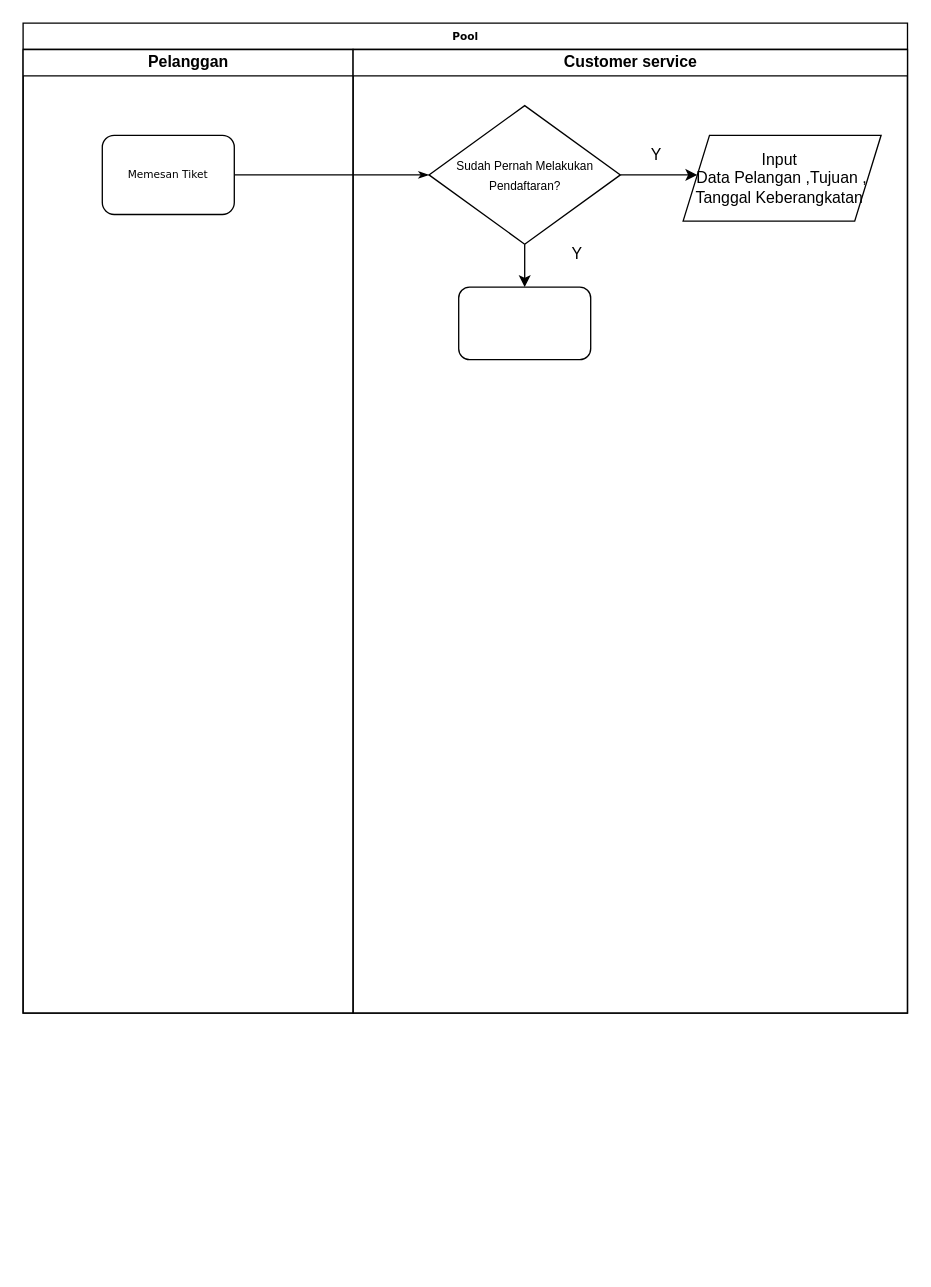
The draw.io diagram Untitled Diagram.drawio in faisalekasyahputra/faisalekasyahputra, before the edit. Source tidied: cells renumbered, new cells numbered last; positions are measured from the earlier drawing's top-left corner, leaving out a move shared by most shapes. Both pictures are drawn from the tidied source at 132%, with x=0, y=0 at pixel (22, 22).
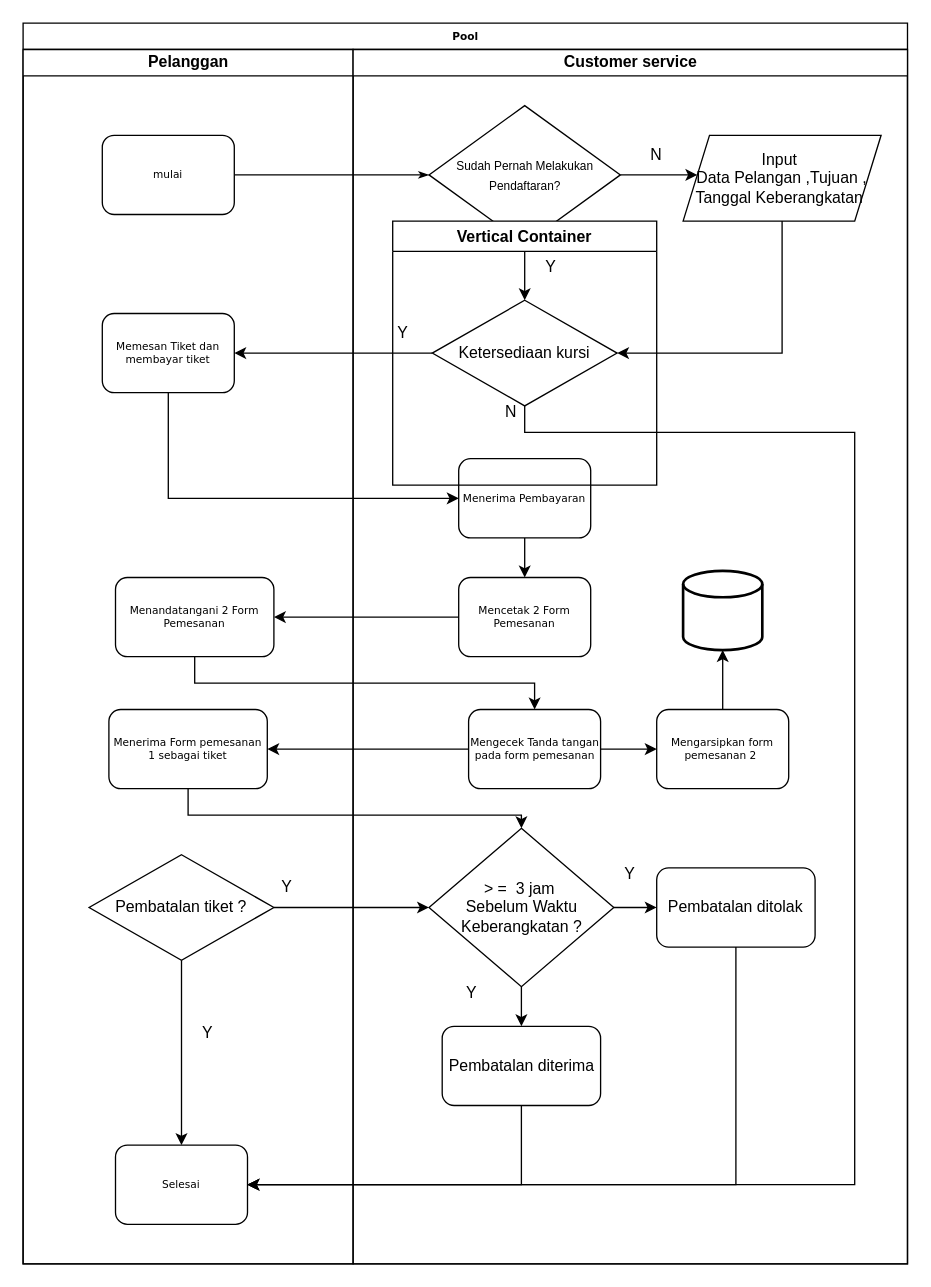
The same page after the edit.

The change refers to these unchanged cells:
```xml
<mxCell id="10" value="&lt;font style=&quot;font-size: 9px;&quot;&gt;Sudah Pernah Melakukan Pendaftaran?&lt;/font&gt;" style="rhombus;whiteSpace=wrap;html=1;" parent="6" vertex="1">
  <mxGeometry x="57.5" y="42.5" width="145" height="105" as="geometry" />
</mxCell>
<mxCell id="11" value="Input&amp;nbsp;&lt;div&gt;Data Pelangan ,Tujuan , Tanggal Keberangkatan&amp;nbsp;&lt;/div&gt;" style="shape=parallelogram;perimeter=parallelogramPerimeter;whiteSpace=wrap;html=1;fixedSize=1;" parent="6" vertex="1">
  <mxGeometry x="250" y="65" width="150" height="65" as="geometry" />
</mxCell>
```

What changed in the source:
```diff
@@
     <mxCell id="2" value="Pool" style="swimlane;html=1;startSize=20;rounded=0;shadow=0;labelBackgroundColor=none;strokeWidth=1;fontFamily=Verdana;fontSize=8;align=center;" parent="1" vertex="1">
-      <mxGeometry width="670" height="750" as="geometry" />
+      <mxGeometry width="670" height="940" as="geometry" />
     </mxCell>
@@
     <mxCell id="4" value="Pelanggan" style="swimlane;html=1;startSize=20;" parent="2" vertex="1">
-      <mxGeometry y="20" width="250" height="730" as="geometry" />
+      <mxGeometry y="20" width="250" height="920" as="geometry" />
     </mxCell>
-    <mxCell id="5" value="Memesan Tiket" style="rounded=1;whiteSpace=wrap;html=1;shadow=0;labelBackgroundColor=none;strokeWidth=1;fontFamily=Verdana;fontSize=8;align=center;" parent="4" vertex="1">
+    <mxCell id="5" value="mulai" style="rounded=1;whiteSpace=wrap;html=1;shadow=0;labelBackgroundColor=none;strokeWidth=1;fontFamily=Verdana;fontSize=8;align=center;" parent="4" vertex="1">
       <mxGeometry x="60" y="65" width="100" height="60" as="geometry" />
     </mxCell>
+    <mxCell id="14" value="Memesan Tiket dan membayar tiket" style="rounded=1;whiteSpace=wrap;html=1;shadow=0;labelBackgroundColor=none;strokeWidth=1;fontFamily=Verdana;fontSize=8;align=center;" parent="4" vertex="1">
+      <mxGeometry x="60" y="200" width="100" height="60" as="geometry" />
+    </mxCell>
+    <mxCell id="15" value="Menerima Form pemesanan 1 sebagai tiket" style="whiteSpace=wrap;html=1;fontSize=8;fontFamily=Verdana;rounded=1;shadow=0;labelBackgroundColor=none;strokeWidth=1;" parent="4" vertex="1">
+      <mxGeometry x="65" y="500" width="120" height="60" as="geometry" />
+    </mxCell>
+    <mxCell id="16" value="Selesai" style="rounded=1;whiteSpace=wrap;html=1;shadow=0;labelBackgroundColor=none;strokeWidth=1;fontFamily=Verdana;fontSize=8;align=center;" parent="4" vertex="1">
+      <mxGeometry x="70" y="830" width="100" height="60" as="geometry" />
+    </mxCell>
+    <mxCell id="17" value="Menandatangani 2 Form Pemesanan" style="whiteSpace=wrap;html=1;fontSize=8;fontFamily=Verdana;rounded=1;shadow=0;labelBackgroundColor=none;strokeWidth=1;" parent="4" vertex="1">
+      <mxGeometry x="70" y="400" width="120" height="60" as="geometry" />
+    </mxCell>
+    <mxCell id="18" value="Y" style="text;html=1;align=center;verticalAlign=middle;whiteSpace=wrap;rounded=0;" parent="4" vertex="1">
+      <mxGeometry x="170" y="620" width="60" height="30" as="geometry" />
+    </mxCell>
+    <mxCell id="19" value="Y" style="text;html=1;align=center;verticalAlign=middle;whiteSpace=wrap;rounded=0;" parent="4" vertex="1">
+      <mxGeometry x="110" y="730" width="60" height="30" as="geometry" />
+    </mxCell>
     <mxCell id="6" value="Customer service" style="swimlane;html=1;startSize=20;" parent="2" vertex="1">
-      <mxGeometry x="250" y="20" width="420" height="730" as="geometry" />
+      <mxGeometry x="250" y="20" width="420" height="920" as="geometry" />
     </mxCell>
-    <mxCell id="7" style="rounded=1;whiteSpace=wrap;html=1;shadow=0;labelBackgroundColor=none;strokeWidth=1;fontFamily=Verdana;fontSize=8;align=center;" parent="6" vertex="1">
-      <mxGeometry x="80" y="180" width="100" height="55" as="geometry" />
-    </mxCell>
@@
-    <mxCell id="9" style="edgeStyle=orthogonalEdgeStyle;rounded=0;jettySize=auto;html=1;entryX=0.5;entryY=0;entryDx=0;entryDy=0;" parent="6" edge="1" source="10" target="7">
+    <mxCell id="9" style="edgeStyle=orthogonalEdgeStyle;rounded=0;jettySize=auto;html=1;entryX=0.5;entryY=0;entryDx=0;entryDy=0;" parent="6" edge="1" source="10" target="21">
       <mxGeometry relative="1" as="geometry" />
     </mxCell>
@@
+    <mxCell id="20" style="edgeStyle=orthogonalEdgeStyle;rounded=0;jettySize=auto;html=1;entryX=1;entryY=0.5;entryDx=0;entryDy=0;exitX=0.5;exitY=1;exitDx=0;exitDy=0;" parent="6" edge="1" source="11" target="21">
+      <mxGeometry relative="1" as="geometry" />
+    </mxCell>
@@
-    <mxCell id="12" value="Y" style="text;html=1;align=center;verticalAlign=middle;whiteSpace=wrap;rounded=0;" parent="6" vertex="1">
+    <mxCell id="12" value="N" style="text;html=1;align=center;verticalAlign=middle;whiteSpace=wrap;rounded=0;" parent="6" vertex="1">
       <mxGeometry x="200" y="65" width="60" height="30" as="geometry" />
     </mxCell>
     <mxCell id="13" value="Y" style="text;html=1;align=center;verticalAlign=middle;whiteSpace=wrap;rounded=0;" parent="6" vertex="1">
-      <mxGeometry x="140" y="140" width="60" height="30" as="geometry" />
+      <mxGeometry x="120" y="150" width="60" height="30" as="geometry" />
     </mxCell>
+    <mxCell id="21" value="Ketersediaan kursi" style="rhombus;whiteSpace=wrap;html=1;" parent="6" vertex="1">
+      <mxGeometry x="60" y="190" width="140" height="80" as="geometry" />
+    </mxCell>
+    <mxCell id="22" style="edgeStyle=orthogonalEdgeStyle;rounded=0;jettySize=auto;html=1;" parent="6" edge="1" source="23" target="24">
+      <mxGeometry relative="1" as="geometry" />
+    </mxCell>
+    <mxCell id="23" value="Menerima Pembayaran" style="rounded=1;whiteSpace=wrap;html=1;shadow=0;labelBackgroundColor=none;strokeWidth=1;fontFamily=Verdana;fontSize=8;align=center;" parent="6" vertex="1">
+      <mxGeometry x="80" y="310" width="100" height="60" as="geometry" />
+    </mxCell>
+    <mxCell id="24" value="Mencetak 2 Form Pemesanan" style="rounded=1;whiteSpace=wrap;html=1;shadow=0;labelBackgroundColor=none;strokeWidth=1;fontFamily=Verdana;fontSize=8;align=center;" parent="6" vertex="1">
+      <mxGeometry x="80" y="400" width="100" height="60" as="geometry" />
+    </mxCell>
+    <mxCell id="25" style="edgeStyle=orthogonalEdgeStyle;rounded=0;jettySize=auto;html=1;" parent="6" edge="1" source="26" target="37">
+      <mxGeometry relative="1" as="geometry" />
+    </mxCell>
+    <mxCell id="26" value="&lt;div&gt;Mengecek Tanda tangan pada form pemesanan&lt;/div&gt;" style="rounded=1;whiteSpace=wrap;html=1;shadow=0;labelBackgroundColor=none;strokeWidth=1;fontFamily=Verdana;fontSize=8;align=center;" parent="6" vertex="1">
+      <mxGeometry x="87.5" y="500" width="100" height="60" as="geometry" />
+    </mxCell>
+    <mxCell id="27" value="N" style="text;html=1;align=center;verticalAlign=middle;whiteSpace=wrap;rounded=0;" parent="6" vertex="1">
+      <mxGeometry x="90" y="260" width="60" height="30" as="geometry" />
+    </mxCell>
+    <mxCell id="28" value="Y" style="text;html=1;align=center;verticalAlign=middle;whiteSpace=wrap;rounded=0;" parent="6" vertex="1">
+      <mxGeometry x="180" y="610" width="60" height="30" as="geometry" />
+    </mxCell>
+    <mxCell id="29" value="Y" style="text;html=1;align=center;verticalAlign=middle;whiteSpace=wrap;rounded=0;" parent="6" vertex="1">
+      <mxGeometry x="7.5" y="200" width="60" height="30" as="geometry" />
+    </mxCell>
+    <mxCell id="30" value="Pembatalan tiket ?" style="rhombus;whiteSpace=wrap;html=1;" parent="6" vertex="1">
+      <mxGeometry x="-200" y="610" width="140" height="80" as="geometry" />
+    </mxCell>
+    <mxCell id="31" style="edgeStyle=orthogonalEdgeStyle;rounded=0;jettySize=auto;html=1;entryX=0;entryY=0.5;entryDx=0;entryDy=0;" parent="6" edge="1" source="30" target="32">
+      <mxGeometry relative="1" as="geometry" />
+    </mxCell>
+    <mxCell id="32" value="&amp;gt; =&amp;nbsp; 3 jam&amp;nbsp;&lt;div&gt;Sebelum Waktu Keberangkatan ?&lt;/div&gt;" style="rhombus;whiteSpace=wrap;html=1;" parent="6" vertex="1">
+      <mxGeometry x="57.5" y="590" width="140" height="120" as="geometry" />
+    </mxCell>
+    <mxCell id="33" style="edgeStyle=orthogonalEdgeStyle;rounded=0;jettySize=auto;html=1;" parent="6" edge="1" source="32" target="35">
+      <mxGeometry relative="1" as="geometry" />
+    </mxCell>
+    <mxCell id="34" style="edgeStyle=orthogonalEdgeStyle;rounded=0;jettySize=auto;html=1;" parent="6" edge="1" source="32" target="36">
+      <mxGeometry relative="1" as="geometry" />
+    </mxCell>
+    <mxCell id="35" value="Pembatalan ditolak" style="rounded=1;whiteSpace=wrap;html=1;" parent="6" vertex="1">
+      <mxGeometry x="230" y="620" width="120" height="60" as="geometry" />
+    </mxCell>
+    <mxCell id="36" value="Pembatalan diterima" style="rounded=1;whiteSpace=wrap;html=1;" parent="6" vertex="1">
+      <mxGeometry x="67.5" y="740" width="120" height="60" as="geometry" />
+    </mxCell>
+    <mxCell id="37" value="&lt;div&gt;Mengarsipkan form pemesanan 2&amp;nbsp;&lt;/div&gt;" style="rounded=1;whiteSpace=wrap;html=1;shadow=0;labelBackgroundColor=none;strokeWidth=1;fontFamily=Verdana;fontSize=8;align=center;" parent="6" vertex="1">
+      <mxGeometry x="230" y="500" width="100" height="60" as="geometry" />
+    </mxCell>
+    <mxCell id="38" value="Y" style="text;html=1;align=center;verticalAlign=middle;whiteSpace=wrap;rounded=0;" parent="6" vertex="1">
+      <mxGeometry x="60" y="700" width="60" height="30" as="geometry" />
+    </mxCell>
+    <mxCell id="39" style="strokeWidth=2;html=1;shape=mxgraph.flowchart.database;whiteSpace=wrap;" parent="6" vertex="1">
+      <mxGeometry x="250" y="395" width="60" height="60" as="geometry" />
+    </mxCell>
+    <mxCell id="40" style="edgeStyle=orthogonalEdgeStyle;rounded=0;jettySize=auto;html=1;entryX=0.5;entryY=1;entryDx=0;entryDy=0;entryPerimeter=0;" parent="6" edge="1" source="37" target="39">
+      <mxGeometry relative="1" as="geometry" />
+    </mxCell>
+    <mxCell id="41" style="edgeStyle=orthogonalEdgeStyle;rounded=0;jettySize=auto;html=1;entryX=1;entryY=0.5;entryDx=0;entryDy=0;" parent="2" edge="1" source="21" target="14">
+      <mxGeometry relative="1" as="geometry" />
+    </mxCell>
+    <mxCell id="42" style="edgeStyle=orthogonalEdgeStyle;rounded=0;jettySize=auto;html=1;entryX=0;entryY=0.5;entryDx=0;entryDy=0;" parent="2" edge="1" source="14" target="23">
+      <mxGeometry relative="1" as="geometry">
+        <Array as="points">
+          <mxPoint x="110" y="360" />
+        </Array>
+      </mxGeometry>
+    </mxCell>
+    <mxCell id="43" style="edgeStyle=orthogonalEdgeStyle;rounded=0;jettySize=auto;html=1;entryX=0.5;entryY=0;entryDx=0;entryDy=0;" parent="2" edge="1" source="30" target="16">
+      <mxGeometry relative="1" as="geometry" />
+    </mxCell>
+    <mxCell id="44" style="edgeStyle=orthogonalEdgeStyle;rounded=0;jettySize=auto;html=1;entryX=1;entryY=0.5;entryDx=0;entryDy=0;exitX=0.5;exitY=1;exitDx=0;exitDy=0;" parent="2" edge="1" source="21" target="16">
+      <mxGeometry relative="1" as="geometry">
+        <Array as="points">
+          <mxPoint x="380" y="310" />
+          <mxPoint x="630" y="310" />
+          <mxPoint x="630" y="880" />
+          <mxPoint x="170" y="880" />
+        </Array>
+      </mxGeometry>
+    </mxCell>
+    <mxCell id="45" style="edgeStyle=orthogonalEdgeStyle;rounded=0;jettySize=auto;html=1;entryX=1;entryY=0.5;entryDx=0;entryDy=0;" parent="2" edge="1" source="24" target="17">
+      <mxGeometry relative="1" as="geometry" />
+    </mxCell>
+    <mxCell id="46" style="edgeStyle=orthogonalEdgeStyle;rounded=0;jettySize=auto;html=1;entryX=0.5;entryY=0;entryDx=0;entryDy=0;" parent="2" edge="1" source="17" target="26">
+      <mxGeometry relative="1" as="geometry">
+        <Array as="points">
+          <mxPoint x="130" y="500" />
+          <mxPoint x="388" y="500" />
+        </Array>
+      </mxGeometry>
+    </mxCell>
+    <mxCell id="47" style="edgeStyle=orthogonalEdgeStyle;rounded=0;jettySize=auto;html=1;entryX=1;entryY=0.5;entryDx=0;entryDy=0;" parent="2" edge="1" source="26" target="15">
+      <mxGeometry relative="1" as="geometry" />
+    </mxCell>
+    <mxCell id="48" style="edgeStyle=orthogonalEdgeStyle;rounded=0;jettySize=auto;html=1;entryX=0.5;entryY=0;entryDx=0;entryDy=0;" parent="2" edge="1" source="15" target="32">
+      <mxGeometry relative="1" as="geometry">
+        <Array as="points">
+          <mxPoint x="125" y="600" />
+          <mxPoint x="378" y="600" />
+        </Array>
+      </mxGeometry>
+    </mxCell>
+    <mxCell id="49" style="edgeStyle=orthogonalEdgeStyle;rounded=0;jettySize=auto;html=1;entryX=1;entryY=0.5;entryDx=0;entryDy=0;" parent="2" edge="1" source="35" target="16">
+      <mxGeometry relative="1" as="geometry">
+        <Array as="points">
+          <mxPoint x="540" y="880" />
+        </Array>
+      </mxGeometry>
+    </mxCell>
+    <mxCell id="50" style="edgeStyle=orthogonalEdgeStyle;rounded=0;jettySize=auto;html=1;entryX=1;entryY=0.5;entryDx=0;entryDy=0;" parent="2" edge="1" source="36" target="16">
+      <mxGeometry relative="1" as="geometry">
+        <Array as="points">
+          <mxPoint x="378" y="880" />
+        </Array>
+      </mxGeometry>
+    </mxCell>
+    <mxCell id="51" value="Vertical Container" style="swimlane;whiteSpace=wrap;html=1;" parent="1" vertex="1">
+      <mxGeometry x="280" y="150" width="200" height="200" as="geometry" />
+    </mxCell>
```
